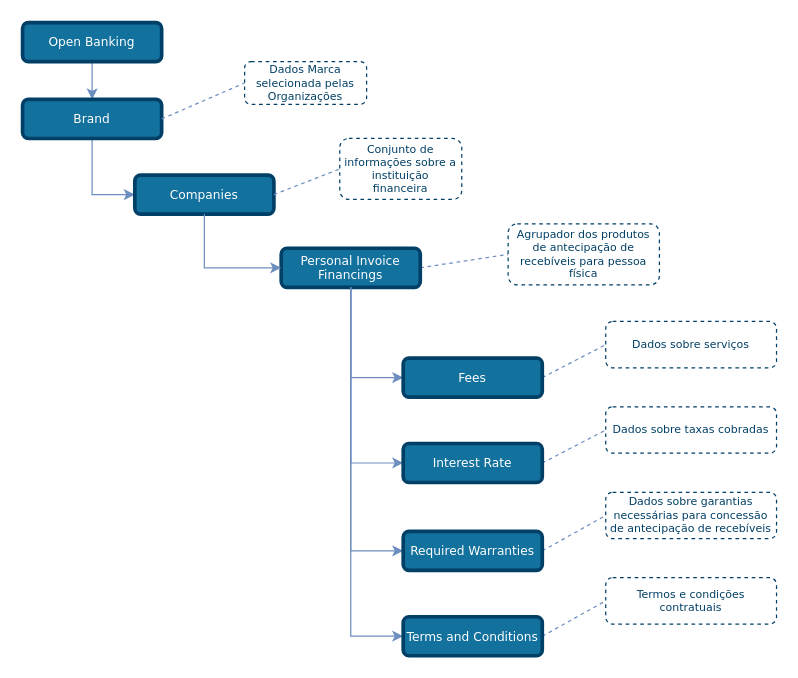
The draw.io diagram draw_io_diagrams/TLD_Personal_Invoice_Financing_v1.drawio in OpenBanking-Brasil/areadesenvolvedor, before the edit. Source tidied: cells renumbered, new cells numbered last; positions are measured from the earlier drawing's top-left corner, leaving out a move shared by most shapes. Both pictures are drawn from the tidied source at 122%, with x=0, y=0 at pixel (22, 22).
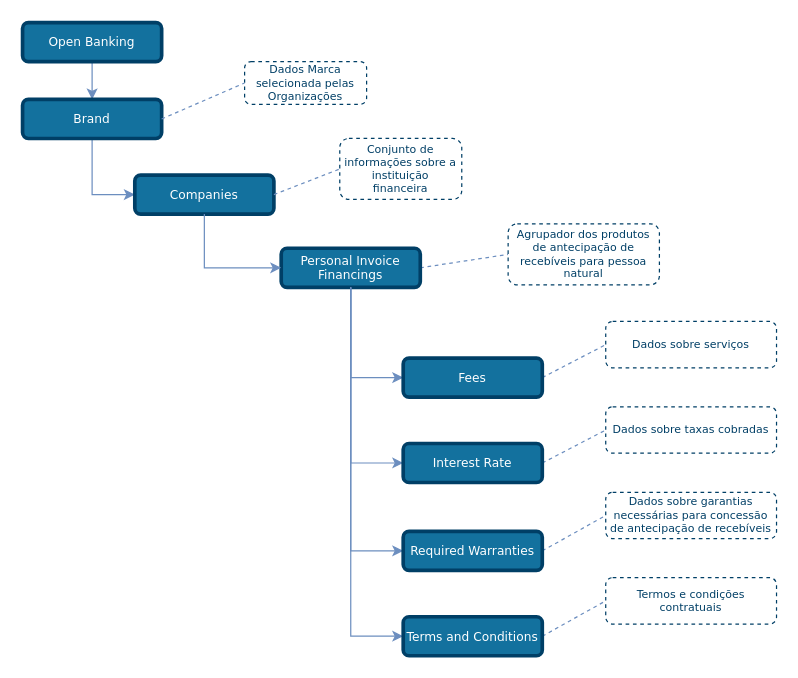
The same diagram, later.

Commit message (it also covers changes not shown here):
alteração diagramas e fotos PN em produtos e serv

Change to the diagram source:
```diff
@@
-    <mxCell id="7" value="&lt;font style=&quot;font-size: 9px&quot;&gt;Agrupador dos produtos de antecipação de recebíveis para pessoa física&lt;/font&gt;" style="rounded=1;whiteSpace=wrap;html=1;shadow=0;comic=0;strokeColor=#003F66;strokeWidth=1;fillColor=#ffffff;fontFamily=Verdana;fontSize=9;fontColor=#003F66;dashed=1;spacingLeft=5;spacing=0;spacingRight=5;spacingBottom=5;spacingTop=5;align=center;verticalAlign=middle;gradientColor=#ffffff;" parent="1" vertex="1">
+    <mxCell id="7" value="&lt;font style=&quot;font-size: 9px&quot;&gt;Agrupador dos produtos de antecipação de recebíveis para pessoa natural&lt;/font&gt;" style="rounded=1;whiteSpace=wrap;html=1;shadow=0;comic=0;strokeColor=#003F66;strokeWidth=1;fillColor=#ffffff;fontFamily=Verdana;fontSize=9;fontColor=#003F66;dashed=1;spacingLeft=5;spacing=0;spacingRight=5;spacingBottom=5;spacingTop=5;align=center;verticalAlign=middle;gradientColor=#ffffff;" parent="1" vertex="1">
       <mxGeometry x="398" y="165" width="124" height="50" as="geometry" />
     </mxCell>
```
